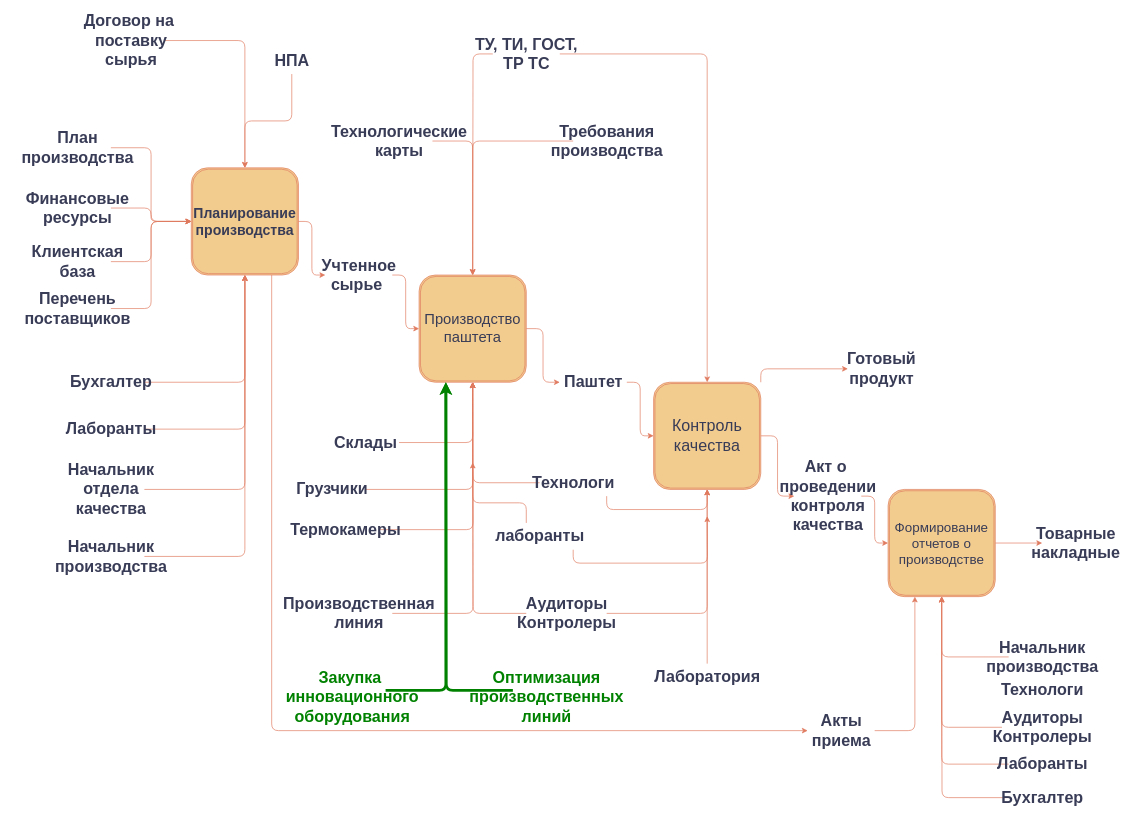
This is page "Page-1" (1 of 2) of Диаграмма без названия.drawio from Yankeegohome/Cinema, a draw.io file, before an edit. Source tidied: cells renumbered, new cells numbered last; positions are measured from the earlier drawing's top-left corner, leaving out a move shared by most shapes. Both pictures are drawn from the tidied source at 67%, with x=0, y=0 at pixel (44, 27).
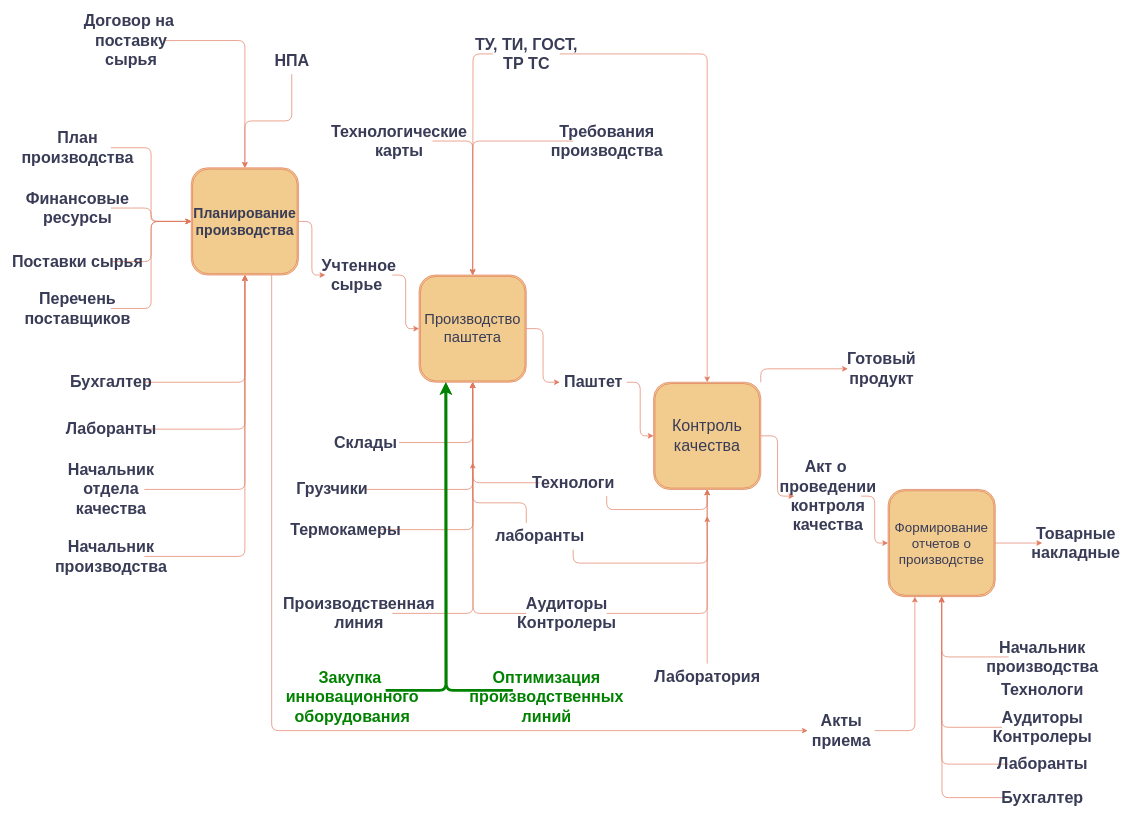
The same page after the edit.

Change to the diagram source:
```diff
@@
-    <mxCell id="69" value="Клиентская&lt;br&gt;база" style="text;strokeColor=none;fillColor=none;html=1;fontSize=24;fontStyle=1;verticalAlign=middle;align=center;labelBackgroundColor=none;fontColor=#393C56;rounded=1;" parent="1" vertex="1">
+    <mxCell id="69" value="Поставки сырья" style="text;strokeColor=none;fillColor=none;html=1;fontSize=24;fontStyle=1;verticalAlign=middle;align=center;labelBackgroundColor=none;fontColor=#393C56;rounded=1;" parent="1" vertex="1">
       <mxGeometry y="330" width="100" height="40" as="geometry" />
     </mxCell>
```
